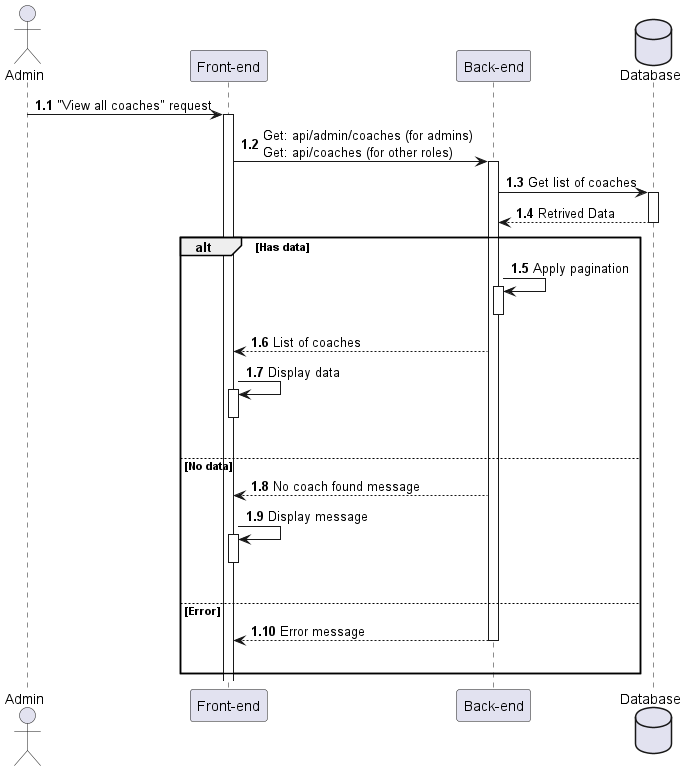
HTPhong-276/iCoaching-Diagrams keeps this PlantUML diagram as out/Sequences_diagrams/ViewCoaches/ViewAllCoaches.png. Above is the earlier version. Its diagram source:
```plantuml
@startuml ViewAllCoaches

actor Admin as user
participant "Front-end" as client
participant "Back-end" as server
database "Database" as db

autonumber 1.1 "<b>0:"

user -> client++ : "View all coaches" request
client -> server++ : Get: api/admin/coaches (for admins) \nGet: api/coaches (for other roles)
server -> db++ : Get list of coaches
db --> server : Retrived Data
deactivate

alt Has data
    server -> server++ : Apply pagination
    deactivate
    server --> client : List of coaches
    client -> client++ : Display data
    deactivate
    |||

else No data
    server --> client : No coach found message
    client -> client++ : Display message
    deactivate
    |||

else Error
    server --> client : Error message
    deactivate
    |||
end

@enduml
```
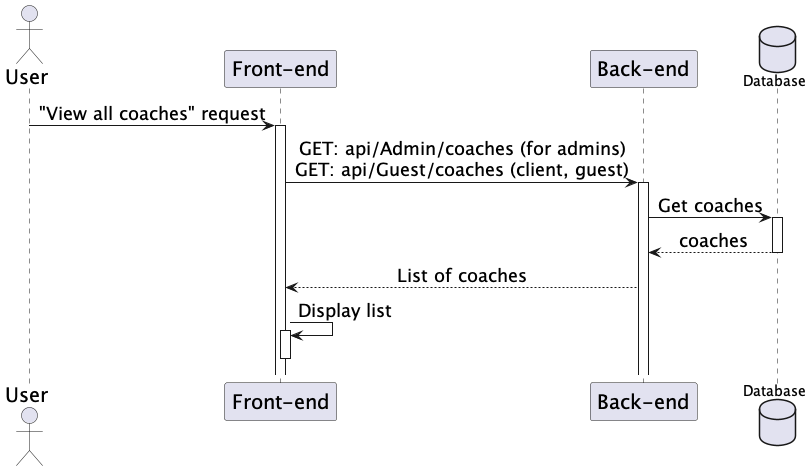
Above is the later version.

What changed in the source:
```diff
@@ -1,36 +1,25 @@
 @startuml ViewAllCoaches
-
-actor Admin as user
+skinparam sequenceMessageAlign center
+skinparam sequence {
+    ParticipantFontSize 20
+    ActorFontSize 20
+    DatabaseFontSize 20
+    ArrowFontSize 18
+}
+actor User as user
 participant "Front-end" as client
 participant "Back-end" as server
 database "Database" as db
 
-autonumber 1.1 "<b>0:"
 
 user -> client++ : "View all coaches" request
-client -> server++ : Get: api/admin/coaches (for admins) \nGet: api/coaches (for other roles)
-server -> db++ : Get list of coaches
-db --> server : Retrived Data
+client -> server++ : GET: api/Admin/coaches (for admins)\nGET: api/Guest/coaches (client, guest)
+server -> db++ : Get coaches
+db --> server : coaches
 deactivate
 
-alt Has data
-    server -> server++ : Apply pagination
-    deactivate
-    server --> client : List of coaches
-    client -> client++ : Display data
-    deactivate
-    |||
-
-else No data
-    server --> client : No coach found message
-    client -> client++ : Display message
-    deactivate
-    |||
-
-else Error
-    server --> client : Error message
-    deactivate
-    |||
-end
+server --> client : List of coaches
+client -> client++ : Display list
+deactivate
 
 @enduml
```
